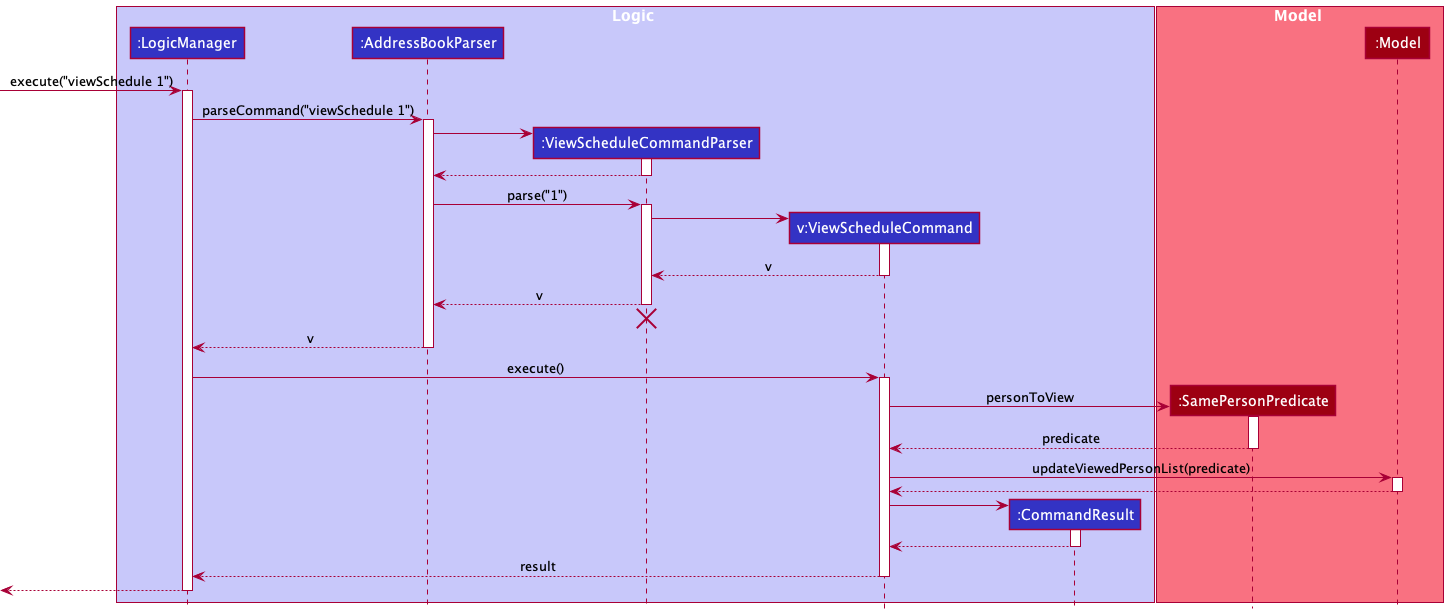
This is docs/images/ViewScheduleSequenceDiagram.png from vishandi/tp, a PlantUML export, as it was before one commit.
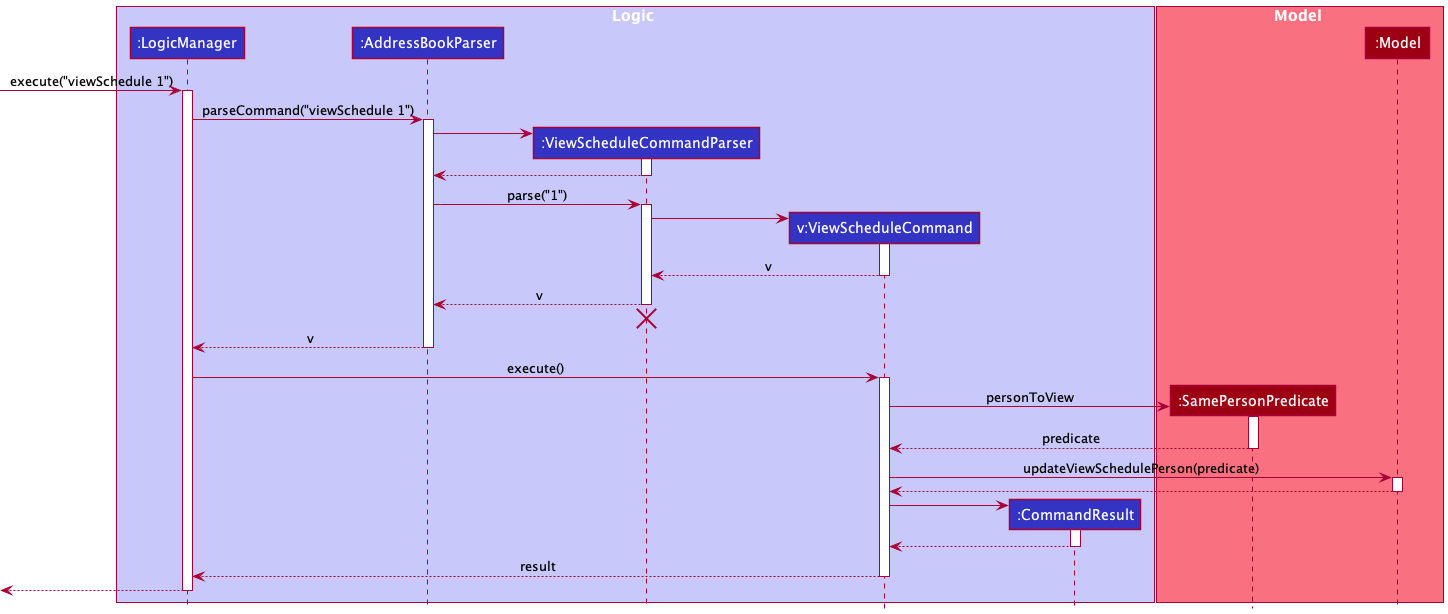
After the change.

What changed in the source:
```diff
@@ -55,7 +55,7 @@
 SamePersonPredicate --> ViewScheduleCommand : predicate
 deactivate SamePersonPredicate
 
-ViewScheduleCommand -> Model : updateViewedPersonList(predicate)
+ViewScheduleCommand -> Model : updateViewSchedulePerson(predicate)
 activate Model
 
 Model --> ViewScheduleCommand
```
